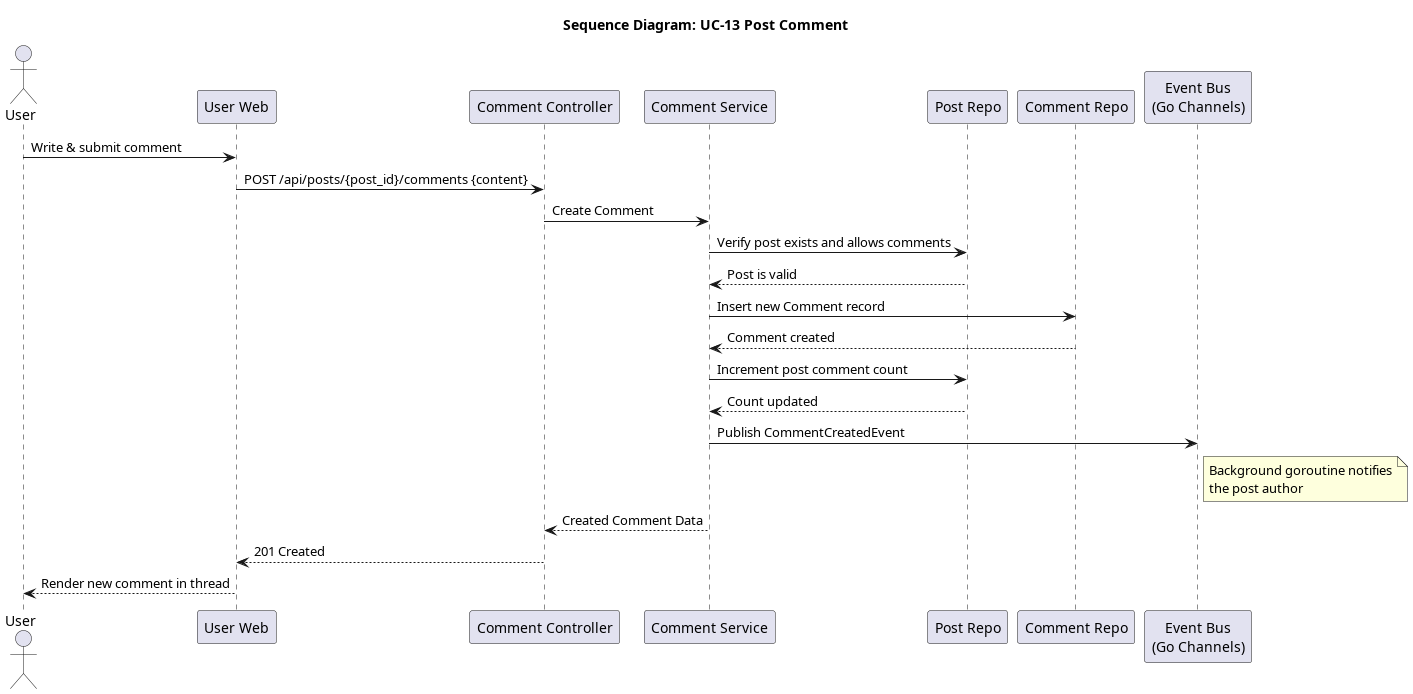
Before: docs/srs_add/SAD/diagrams/seq_13_post_comment.png, a diagram exported from PlantUML (giakiet05/lkforum-new). Its diagram source:
```plantuml
@startuml seq_13_post_comment
title Sequence Diagram: UC-13 Post Comment

actor User
participant "User Web" as Frontend
participant "Comment Controller" as Controller
participant "Comment Service" as Service
participant "Post Repo" as PostRepo
participant "Comment Repo" as CommentRepo
participant "Event Bus\n(Go Channels)" as EventBus

User -> Frontend: Write & submit comment
Frontend -> Controller: POST /api/posts/{post_id}/comments {content}
Controller -> Service: Create Comment
Service -> PostRepo: Verify post exists and allows comments
PostRepo --> Service: Post is valid

Service -> CommentRepo: Insert new Comment record
CommentRepo --> Service: Comment created
Service -> PostRepo: Increment post comment count
PostRepo --> Service: Count updated

Service -> EventBus: Publish CommentCreatedEvent
note right of EventBus
  Background goroutine notifies
  the post author
end note

Service --> Controller: Created Comment Data
Controller --> Frontend: 201 Created
Frontend --> User: Render new comment in thread
@enduml
```
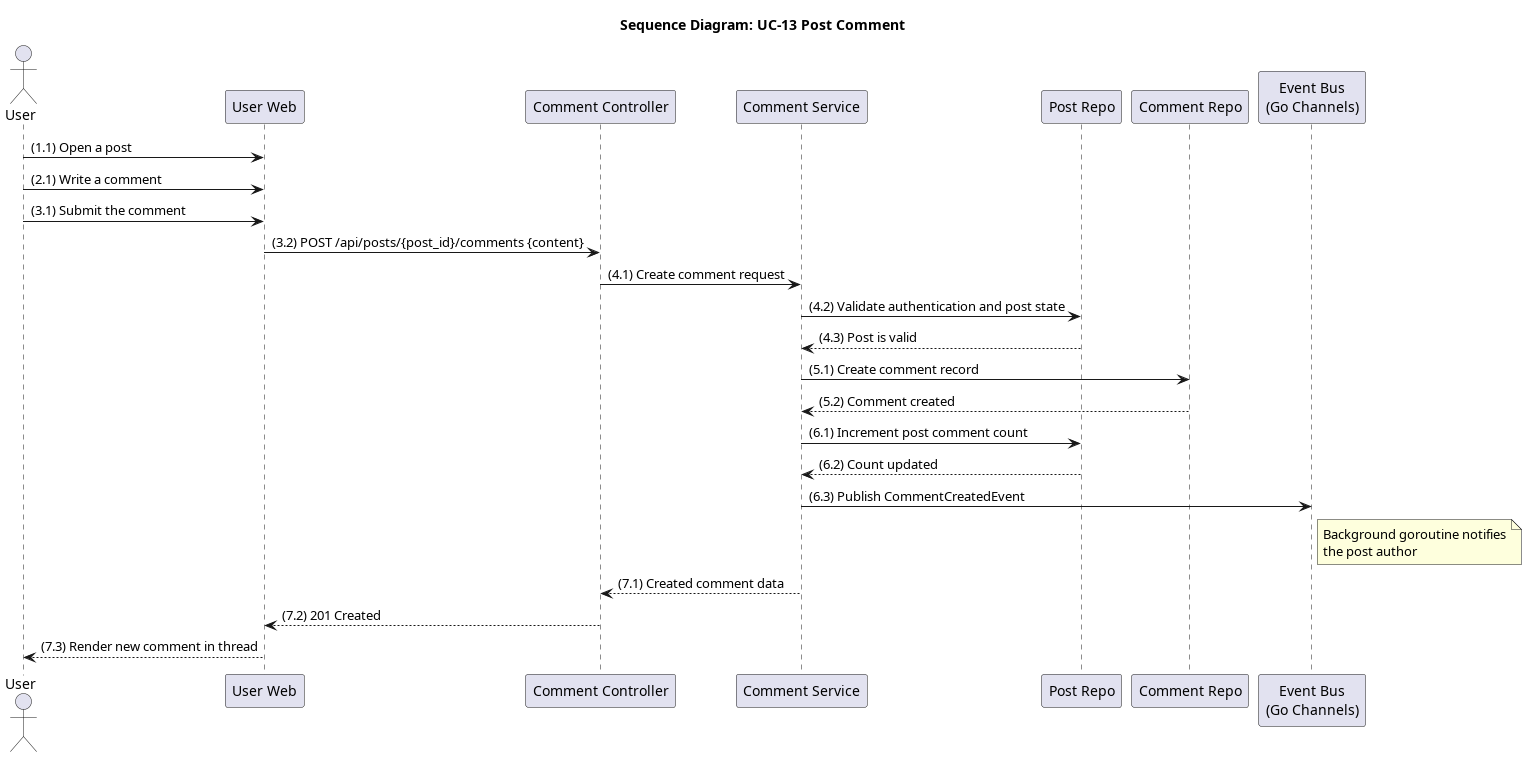
Later version of the same file.

What changed in the source:
```diff
@@ -9,24 +9,26 @@
 participant "Comment Repo" as CommentRepo
 participant "Event Bus\n(Go Channels)" as EventBus
 
-User -> Frontend: Write & submit comment
-Frontend -> Controller: POST /api/posts/{post_id}/comments {content}
-Controller -> Service: Create Comment
-Service -> PostRepo: Verify post exists and allows comments
-PostRepo --> Service: Post is valid
+User -> Frontend: (1.1) Open a post
+User -> Frontend: (2.1) Write a comment
+User -> Frontend: (3.1) Submit the comment
+Frontend -> Controller: (3.2) POST /api/posts/{post_id}/comments {content}
+Controller -> Service: (4.1) Create comment request
+Service -> PostRepo: (4.2) Validate authentication and post state
+PostRepo --> Service: (4.3) Post is valid
 
-Service -> CommentRepo: Insert new Comment record
-CommentRepo --> Service: Comment created
-Service -> PostRepo: Increment post comment count
-PostRepo --> Service: Count updated
+Service -> CommentRepo: (5.1) Create comment record
+CommentRepo --> Service: (5.2) Comment created
+Service -> PostRepo: (6.1) Increment post comment count
+PostRepo --> Service: (6.2) Count updated
 
-Service -> EventBus: Publish CommentCreatedEvent
+Service -> EventBus: (6.3) Publish CommentCreatedEvent
 note right of EventBus
   Background goroutine notifies
   the post author
 end note
 
-Service --> Controller: Created Comment Data
-Controller --> Frontend: 201 Created
-Frontend --> User: Render new comment in thread
+Service --> Controller: (7.1) Created comment data
+Controller --> Frontend: (7.2) 201 Created
+Frontend --> User: (7.3) Render new comment in thread
 @enduml
```
